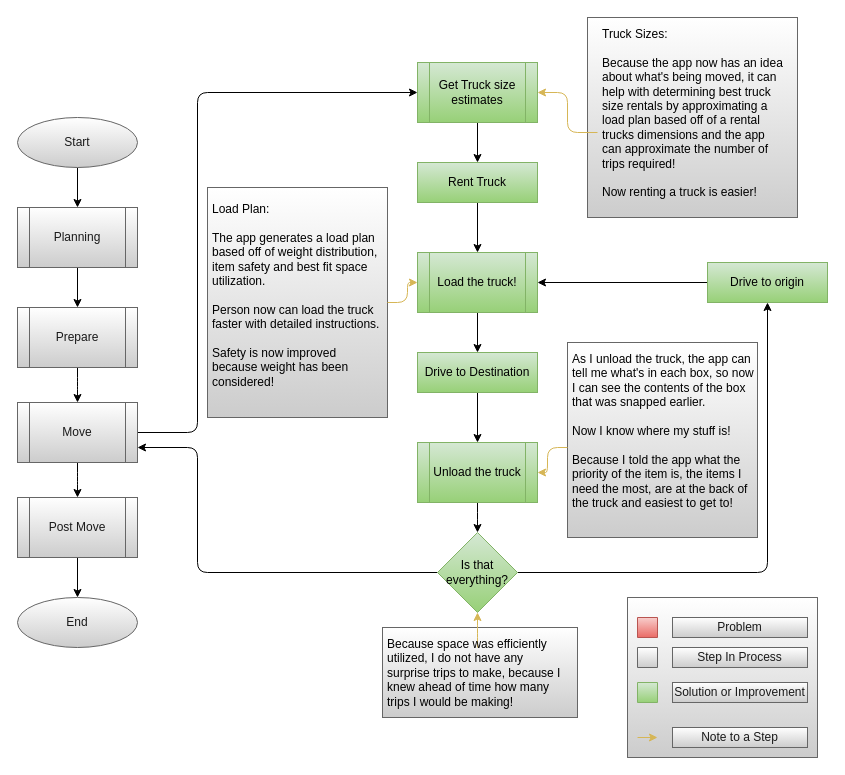
Above: page "Move" (3 of 4) of Documents/flow_diagrams/Solution_Flow.drawio in LP-76/load.in (draw.io), before the change. Source tidied: cells renumbered, new cells numbered last; positions are measured from the earlier drawing's top-left corner, leaving out a move shared by most shapes. Both pictures are drawn from the tidied source at 100%, with x=0, y=0 at pixel (17, 17).
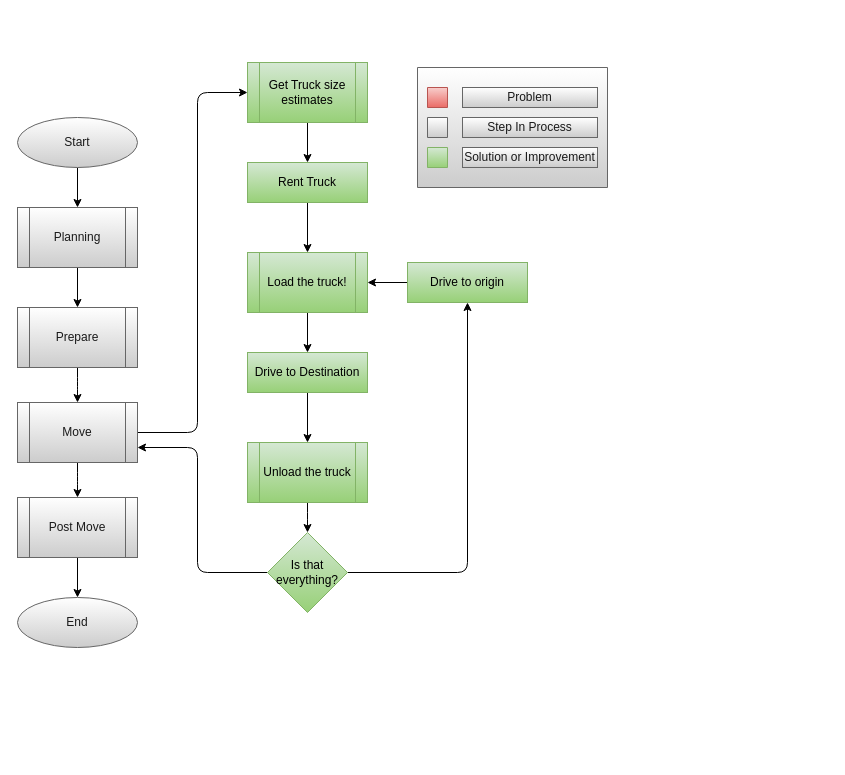
After the change.

Diff of the diagram source:
```diff
@@
-    <mxCell id="2" style="rounded=0;whiteSpace=wrap;html=1;strokeColor=#666666;fillColor=#FFFFFF;gradientColor=#CCCCCC;fontColor=#1A1A1A;" parent="1" vertex="1">
-      <mxGeometry x="365" y="610" width="195" height="90" as="geometry" />
-    </mxCell>
-    <mxCell id="3" style="rounded=0;whiteSpace=wrap;html=1;strokeColor=#666666;fillColor=#FFFFFF;gradientColor=#CCCCCC;fontColor=#1A1A1A;" parent="1" vertex="1">
-      <mxGeometry x="550" y="325" width="190" height="195" as="geometry" />
-    </mxCell>
-    <mxCell id="4" style="rounded=0;whiteSpace=wrap;html=1;strokeColor=#666666;fillColor=#FFFFFF;gradientColor=#CCCCCC;fontColor=#1A1A1A;" parent="1" vertex="1">
-      <mxGeometry x="570" width="210" height="200" as="geometry" />
-    </mxCell>
-    <mxCell id="5" style="rounded=0;whiteSpace=wrap;html=1;strokeColor=#666666;fillColor=#FFFFFF;gradientColor=#CCCCCC;fontColor=#1A1A1A;" parent="1" vertex="1">
-      <mxGeometry x="190" y="170" width="180" height="230" as="geometry" />
-    </mxCell>
@@
     <mxCell id="19" value="Drive to origin" style="whiteSpace=wrap;html=1;fontSize=12;strokeColor=#82b366;fillColor=#d5e8d4;gradientColor=#97d077;" parent="1" vertex="1">
-      <mxGeometry x="690" y="245" width="120" height="40" as="geometry" />
+      <mxGeometry x="390" y="245" width="120" height="40" as="geometry" />
     </mxCell>
-    <mxCell id="20" style="edgeStyle=orthogonalEdgeStyle;curved=0;rounded=1;sketch=0;jettySize=auto;html=1;entryX=0;entryY=0.5;entryDx=0;entryDy=0;fontColor=#1A1A1A;gradientColor=#ffd966;fillColor=#fff2cc;strokeColor=#d6b656;" parent="1" edge="1" source="21" target="33">
-      <mxGeometry relative="1" as="geometry" />
-    </mxCell>
-    <mxCell id="21" value="&lt;div&gt;Load Plan:&lt;/div&gt;&lt;div&gt;&lt;br&gt;&lt;/div&gt;&lt;div&gt;The app generates a load plan based off of weight distribution, item safety and best fit space utilization.&lt;/div&gt;&lt;div&gt;&lt;br&gt;&lt;/div&gt;&lt;div&gt;Person now can load the truck faster with detailed instructions.&lt;/div&gt;&lt;div&gt;&lt;br&gt;&lt;/div&gt;&lt;div&gt;Safety is now improved because weight has been considered!&lt;br&gt;&lt;/div&gt;" style="text;html=1;strokeColor=none;fillColor=none;spacing=5;spacingTop=-20;whiteSpace=wrap;overflow=hidden;rounded=0;" parent="1" vertex="1">
-      <mxGeometry x="190" y="195" width="180" height="180" as="geometry" />
-    </mxCell>
-    <mxCell id="22" style="edgeStyle=orthogonalEdgeStyle;curved=0;rounded=1;sketch=0;jettySize=auto;html=1;fontColor=#1A1A1A;gradientColor=#ffd966;fillColor=#fff2cc;strokeColor=#d6b656;" parent="1" edge="1" source="23" target="37">
-      <mxGeometry relative="1" as="geometry" />
-    </mxCell>
-    <mxCell id="23" value="&lt;div&gt;As I unload the truck, the app can tell me what's in each box, so now I can see the contents of the box that was snapped earlier.&amp;nbsp; &lt;br&gt;&lt;/div&gt;&lt;div&gt;&lt;br&gt;&lt;/div&gt;&lt;div&gt;Now I know where my stuff is!&lt;/div&gt;&lt;div&gt;&lt;br&gt;&lt;/div&gt;&lt;div&gt;Because I told the app what the priority of the item is, the items I need the most, are at the back of the truck and easiest to get to!&lt;br&gt;&lt;/div&gt;" style="text;html=1;strokeColor=none;fillColor=none;spacing=5;spacingTop=-20;whiteSpace=wrap;overflow=hidden;rounded=0;" parent="1" vertex="1">
-      <mxGeometry x="550" y="345" width="190" height="170" as="geometry" />
-    </mxCell>
-    <mxCell id="24" style="edgeStyle=orthogonalEdgeStyle;curved=0;rounded=1;sketch=0;jettySize=auto;html=1;fontColor=#1A1A1A;gradientColor=#ffd966;fillColor=#fff2cc;strokeColor=#d6b656;" parent="1" edge="1" source="25" target="29">
-      <mxGeometry relative="1" as="geometry" />
-    </mxCell>
-    <mxCell id="25" value="&lt;div&gt;Truck Sizes:&lt;/div&gt;&lt;div&gt;&lt;br&gt;&lt;/div&gt;&lt;div&gt;Because the app now has an idea about what's being moved, it can help with determining best truck size rentals by approximating a load plan based off of a rental trucks dimensions and the app can approximate the number of trips required!&lt;br&gt;&lt;/div&gt;&lt;div&gt;&lt;br&gt;&lt;/div&gt;&lt;div&gt;Now renting a truck is easier!&lt;br&gt;&lt;/div&gt;" style="text;html=1;strokeColor=none;fillColor=none;spacing=5;spacingTop=-20;whiteSpace=wrap;overflow=hidden;rounded=0;" parent="1" vertex="1">
-      <mxGeometry x="580" y="20" width="190" height="190" as="geometry" />
-    </mxCell>
-    <mxCell id="26" style="edgeStyle=orthogonalEdgeStyle;curved=0;rounded=1;sketch=0;jettySize=auto;html=1;fontColor=#1A1A1A;gradientColor=#ffd966;fillColor=#fff2cc;strokeColor=#d6b656;" parent="1" edge="1" source="27" target="40">
-      <mxGeometry relative="1" as="geometry" />
-    </mxCell>
-    <mxCell id="27" value="Because space was efficiently utilized, I do not have any surprise trips to make, because I knew ahead of time how many trips I would be making!" style="text;html=1;strokeColor=none;fillColor=none;spacing=5;spacingTop=-20;whiteSpace=wrap;overflow=hidden;rounded=0;" parent="1" vertex="1">
-      <mxGeometry x="365" y="630" width="190" height="70" as="geometry" />
-    </mxCell>
@@
     <mxCell id="29" value="Get Truck size estimates" style="shape=process;whiteSpace=wrap;html=1;backgroundOutline=1;strokeColor=#82b366;fillColor=#d5e8d4;gradientColor=#97d077;" parent="1" vertex="1">
-      <mxGeometry x="400" y="45" width="120" height="60" as="geometry" />
+      <mxGeometry x="230" y="45" width="120" height="60" as="geometry" />
     </mxCell>
@@
     <mxCell id="31" value="Rent Truck" style="whiteSpace=wrap;html=1;fontSize=12;strokeColor=#82b366;fillColor=#d5e8d4;gradientColor=#97d077;" parent="1" vertex="1">
-      <mxGeometry x="400" y="145" width="120" height="40" as="geometry" />
+      <mxGeometry x="230" y="145" width="120" height="40" as="geometry" />
     </mxCell>
@@
     <mxCell id="33" value="Load the truck!" style="shape=process;whiteSpace=wrap;html=1;backgroundOutline=1;strokeColor=#82b366;fillColor=#d5e8d4;gradientColor=#97d077;" parent="1" vertex="1">
-      <mxGeometry x="400" y="235" width="120" height="60" as="geometry" />
+      <mxGeometry x="230" y="235" width="120" height="60" as="geometry" />
     </mxCell>
@@
     <mxCell id="35" value="Drive to Destination" style="whiteSpace=wrap;html=1;fontSize=12;strokeColor=#82b366;fillColor=#d5e8d4;gradientColor=#97d077;" parent="1" vertex="1">
-      <mxGeometry x="400" y="335" width="120" height="40" as="geometry" />
+      <mxGeometry x="230" y="335" width="120" height="40" as="geometry" />
     </mxCell>
@@
     <mxCell id="37" value="Unload the truck" style="shape=process;whiteSpace=wrap;html=1;backgroundOutline=1;strokeColor=#82b366;fillColor=#d5e8d4;gradientColor=#97d077;" parent="1" vertex="1">
-      <mxGeometry x="400" y="425" width="120" height="60" as="geometry" />
+      <mxGeometry x="230" y="425" width="120" height="60" as="geometry" />
     </mxCell>
@@
     <mxCell id="40" value="Is that everything?" style="rhombus;whiteSpace=wrap;html=1;strokeColor=#82b366;fillColor=#d5e8d4;gradientColor=#97d077;" parent="1" vertex="1">
-      <mxGeometry x="420" y="515" width="80" height="80" as="geometry" />
+      <mxGeometry x="250" y="515" width="80" height="80" as="geometry" />
     </mxCell>
-    <mxCell id="41" style="group;fillColor=#FFFFFF;gradientColor=#CCCCCC;strokeColor=#666666;fontColor=#1A1A1A;" parent="1" vertex="1">
-      <mxGeometry x="610" y="580" width="190" height="160" as="geometry" />
-    </mxCell>
-    <mxCell id="42" style="verticalLabelPosition=bottom;verticalAlign=top;html=1;shape=mxgraph.basic.rect;fillColor2=none;strokeWidth=1;size=20;indent=5;fillColor=#FFFFFF;gradientColor=#CCCCCC;strokeColor=#666666;fontColor=#1A1A1A;" parent="41" vertex="1">
-      <mxGeometry width="190" height="160" as="geometry" />
-    </mxCell>
+    <mxCell id="51" style="group;" parent="1" vertex="1">
+      <mxGeometry x="400" y="50" width="190" height="120" as="geometry" />
+    </mxCell>
+    <mxCell id="52" style="verticalLabelPosition=bottom;verticalAlign=top;html=1;shape=mxgraph.basic.rect;fillColor2=none;strokeWidth=1;size=20;indent=5;fillColor=#FFFFFF;gradientColor=#CCCCCC;strokeColor=#666666;fontColor=#1A1A1A;" parent="51" vertex="1">
+      <mxGeometry width="190" height="120" as="geometry" />
+    </mxCell>
-    <mxCell id="43" style="verticalLabelPosition=bottom;verticalAlign=top;html=1;shape=mxgraph.basic.rect;fillColor2=none;strokeWidth=1;size=20;indent=5;fillColor=#f8cecc;gradientColor=#ea6b66;strokeColor=#b85450;" parent="41" vertex="1">
+    <mxCell id="43" style="verticalLabelPosition=bottom;verticalAlign=top;html=1;shape=mxgraph.basic.rect;fillColor2=none;strokeWidth=1;size=20;indent=5;fillColor=#f8cecc;gradientColor=#ea6b66;strokeColor=#b85450;" parent="51" vertex="1">
       <mxGeometry x="10" y="20" width="20" height="20" as="geometry" />
     </mxCell>
-    <mxCell id="44" value="Problem" style="text;html=1;align=center;verticalAlign=middle;whiteSpace=wrap;fillColor=#FFFFFF;gradientColor=#CCCCCC;strokeColor=#666666;fontColor=#1A1A1A;" parent="41" vertex="1">
+    <mxCell id="44" value="Problem" style="text;html=1;align=center;verticalAlign=middle;whiteSpace=wrap;fillColor=#FFFFFF;gradientColor=#CCCCCC;strokeColor=#666666;fontColor=#1A1A1A;" parent="51" vertex="1">
       <mxGeometry x="45" y="20" width="135" height="20" as="geometry" />
     </mxCell>
-    <mxCell id="45" style="verticalLabelPosition=bottom;verticalAlign=top;html=1;shape=mxgraph.basic.rect;fillColor2=none;strokeWidth=1;size=20;indent=5;fillColor=#FFFFFF;gradientColor=#CCCCCC;strokeColor=#666666;fontColor=#1A1A1A;" parent="41" vertex="1">
+    <mxCell id="45" style="verticalLabelPosition=bottom;verticalAlign=top;html=1;shape=mxgraph.basic.rect;fillColor2=none;strokeWidth=1;size=20;indent=5;fillColor=#FFFFFF;gradientColor=#CCCCCC;strokeColor=#666666;fontColor=#1A1A1A;" parent="51" vertex="1">
       <mxGeometry x="10" y="50" width="20" height="20" as="geometry" />
     </mxCell>
-    <mxCell id="46" value="Step In Process" style="text;html=1;align=center;verticalAlign=middle;whiteSpace=wrap;fillColor=#FFFFFF;gradientColor=#CCCCCC;strokeColor=#666666;fontColor=#1A1A1A;" parent="41" vertex="1">
+    <mxCell id="46" value="Step In Process" style="text;html=1;align=center;verticalAlign=middle;whiteSpace=wrap;fillColor=#FFFFFF;gradientColor=#CCCCCC;strokeColor=#666666;fontColor=#1A1A1A;" parent="51" vertex="1">
       <mxGeometry x="45" y="50" width="135" height="20" as="geometry" />
     </mxCell>
-    <mxCell id="47" style="verticalLabelPosition=bottom;verticalAlign=top;html=1;shape=mxgraph.basic.rect;fillColor2=none;strokeWidth=1;size=20;indent=5;fillColor=#d5e8d4;gradientColor=#97d077;strokeColor=#82b366;" parent="41" vertex="1">
-      <mxGeometry x="10" y="85" width="20" height="20" as="geometry" />
-    </mxCell>
+    <mxCell id="53" style="verticalLabelPosition=bottom;verticalAlign=top;html=1;shape=mxgraph.basic.rect;fillColor2=none;strokeWidth=1;size=20;indent=5;fillColor=#d5e8d4;gradientColor=#97d077;strokeColor=#82b366;" parent="51" vertex="1">
+      <mxGeometry x="10" y="80" width="20" height="20" as="geometry" />
+    </mxCell>
-    <mxCell id="48" value="Solution or Improvement" style="text;html=1;align=center;verticalAlign=middle;whiteSpace=wrap;fillColor=#FFFFFF;gradientColor=#CCCCCC;strokeColor=#666666;fontColor=#1A1A1A;" parent="41" vertex="1">
-      <mxGeometry x="45" y="85" width="135" height="20" as="geometry" />
+    <mxCell id="48" value="Solution or Improvement" style="text;html=1;align=center;verticalAlign=middle;whiteSpace=wrap;fillColor=#FFFFFF;gradientColor=#CCCCCC;strokeColor=#666666;fontColor=#1A1A1A;" parent="51" vertex="1">
+      <mxGeometry x="45" y="80" width="135" height="20" as="geometry" />
     </mxCell>
-    <mxCell id="49" style="endArrow=classic;html=1;gradientColor=#ffd966;fillColor=#fff2cc;strokeColor=#d6b656;" parent="41" edge="1">
-      <mxGeometry relative="1" as="geometry">
-        <mxPoint x="10" y="140" as="sourcePoint" />
-        <mxPoint x="30" y="140" as="targetPoint" />
-      </mxGeometry>
-    </mxCell>
-    <mxCell id="50" value="Note to a Step" style="text;html=1;align=center;verticalAlign=middle;whiteSpace=wrap;fillColor=#FFFFFF;gradientColor=#CCCCCC;strokeColor=#666666;fontColor=#1A1A1A;" parent="41" vertex="1">
-      <mxGeometry x="45" y="130" width="135" height="20" as="geometry" />
-    </mxCell>
```
